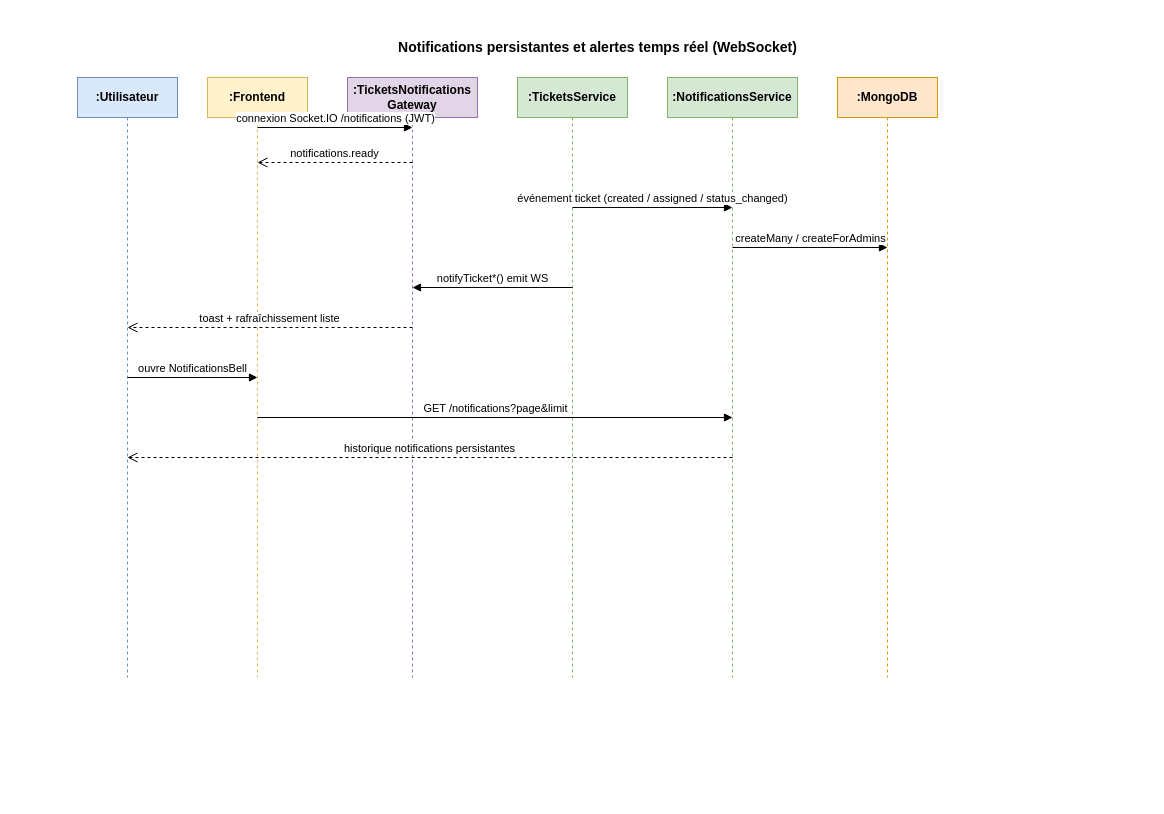
Earlier version of the draw.io diagram docs/diagrammes/seq-notifications.drawio (amelbenhazem/TicketManager). Source tidied: cells renumbered, new cells numbered last; positions are measured from the earlier drawing's top-left corner, leaving out a move shared by most shapes. Both pictures are drawn from the tidied source at 100%, with x=0, y=0 at pixel (47, 17).
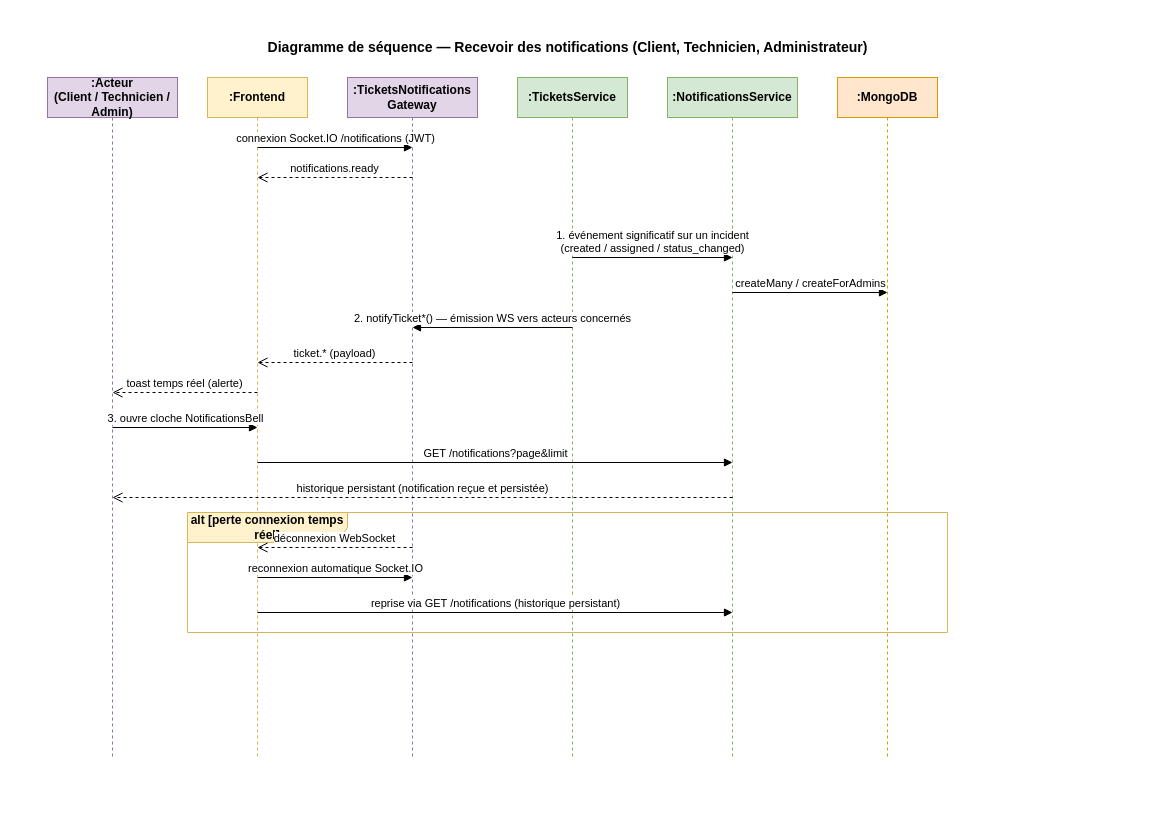
The same diagram, later.

The edit, as a diff of the source:
```diff
@@
     <mxCell id="2" style="rounded=0;whiteSpace=wrap;html=1;fillColor=#ffffff;strokeColor=none;" parent="1" vertex="1">
-      <mxGeometry width="1100" height="700" as="geometry" />
+      <mxGeometry x="-30" width="1100" height="780" as="geometry" />
     </mxCell>
-    <mxCell id="3" value="Notifications persistantes et alertes temps réel (WebSocket)" style="text;html=1;strokeColor=none;fillColor=#ffffff;align=center;fontSize=14;fontStyle=1;fontColor=#000000;" parent="1" vertex="1">
-      <mxGeometry x="250" y="15" width="600" height="30" as="geometry" />
+    <mxCell id="3" value="Diagramme de séquence — Recevoir des notifications (Client, Technicien, Administrateur)" style="text;html=1;strokeColor=none;fillColor=#ffffff;align=center;fontSize=14;fontStyle=1;fontColor=#000000;" parent="1" vertex="1">
+      <mxGeometry x="120" y="15" width="800" height="30" as="geometry" />
     </mxCell>
-    <mxCell id="4" value=":Utilisateur" style="shape=umlLifeline;whiteSpace=wrap;html=1;size=40;fillColor=#dae8fc;strokeColor=#6c8ebf;fontColor=#000000;fontStyle=1;" parent="1" vertex="1">
-      <mxGeometry x="30" y="60" width="100" height="600" as="geometry" />
+    <mxCell id="4" value=":Acteur&#10;(Client / Technicien / Admin)" style="shape=umlLifeline;whiteSpace=wrap;html=1;size=40;fillColor=#e1d5e7;strokeColor=#9673a6;fontColor=#000000;fontStyle=1;" parent="1" vertex="1">
+      <mxGeometry y="60" width="130" height="680" as="geometry" />
     </mxCell>
     <mxCell id="5" value=":Frontend" style="shape=umlLifeline;whiteSpace=wrap;html=1;size=40;fillColor=#fff2cc;strokeColor=#d6b656;fontColor=#000000;fontStyle=1;" parent="1" vertex="1">
-      <mxGeometry x="160" y="60" width="100" height="600" as="geometry" />
+      <mxGeometry x="160" y="60" width="100" height="680" as="geometry" />
     </mxCell>
     <mxCell id="6" value=":TicketsNotifications&#10;Gateway" style="shape=umlLifeline;whiteSpace=wrap;html=1;size=40;fillColor=#e1d5e7;strokeColor=#9673a6;fontColor=#000000;fontStyle=1;" parent="1" vertex="1">
-      <mxGeometry x="300" y="60" width="130" height="600" as="geometry" />
+      <mxGeometry x="300" y="60" width="130" height="680" as="geometry" />
     </mxCell>
     <mxCell id="7" value=":TicketsService" style="shape=umlLifeline;whiteSpace=wrap;html=1;size=40;fillColor=#d5e8d4;strokeColor=#82b366;fontColor=#000000;fontStyle=1;" parent="1" vertex="1">
-      <mxGeometry x="470" y="60" width="110" height="600" as="geometry" />
+      <mxGeometry x="470" y="60" width="110" height="680" as="geometry" />
     </mxCell>
     <mxCell id="8" value=":NotificationsService" style="shape=umlLifeline;whiteSpace=wrap;html=1;size=40;fillColor=#d5e8d4;strokeColor=#82b366;fontColor=#000000;fontStyle=1;" parent="1" vertex="1">
-      <mxGeometry x="620" y="60" width="130" height="600" as="geometry" />
+      <mxGeometry x="620" y="60" width="130" height="680" as="geometry" />
     </mxCell>
     <mxCell id="9" value=":MongoDB" style="shape=umlLifeline;whiteSpace=wrap;html=1;size=40;fillColor=#ffe6cc;strokeColor=#d79b00;fontColor=#000000;fontStyle=1;" parent="1" vertex="1">
-      <mxGeometry x="790" y="60" width="100" height="600" as="geometry" />
+      <mxGeometry x="790" y="60" width="100" height="680" as="geometry" />
     </mxCell>
     <mxCell id="10" value="connexion Socket.IO /notifications (JWT)" style="html=1;verticalAlign=bottom;endArrow=block;labelBackgroundColor=#ffffff;fontColor=#000000;strokeColor=#000000;" parent="1" edge="1">
       <mxGeometry relative="1" as="geometry">
-        <mxPoint x="210" y="110" as="sourcePoint" />
-        <mxPoint x="365" y="110" as="targetPoint" />
+        <mxPoint x="210" y="130" as="sourcePoint" />
+        <mxPoint x="365" y="130" as="targetPoint" />
       </mxGeometry>
     </mxCell>
     <mxCell id="11" value="notifications.ready" style="html=1;verticalAlign=bottom;endArrow=open;dashed=1;endSize=8;labelBackgroundColor=#ffffff;fontColor=#000000;strokeColor=#000000;" parent="1" edge="1">
       <mxGeometry relative="1" as="geometry">
-        <mxPoint x="365" y="145" as="sourcePoint" />
-        <mxPoint x="210" y="145" as="targetPoint" />
+        <mxPoint x="365" y="160" as="sourcePoint" />
+        <mxPoint x="210" y="160" as="targetPoint" />
       </mxGeometry>
     </mxCell>
-    <mxCell id="12" value="événement ticket (created / assigned / status_changed)" style="html=1;verticalAlign=bottom;endArrow=block;labelBackgroundColor=#ffffff;fontColor=#000000;strokeColor=#000000;" parent="1" edge="1">
+    <mxCell id="12" value="1. événement significatif sur un incident&#10;(created / assigned / status_changed)" style="html=1;verticalAlign=bottom;endArrow=block;labelBackgroundColor=#ffffff;fontColor=#000000;strokeColor=#000000;" parent="1" edge="1">
       <mxGeometry relative="1" as="geometry">
-        <mxPoint x="525" y="190" as="sourcePoint" />
-        <mxPoint x="685" y="190" as="targetPoint" />
+        <mxPoint x="525" y="240" as="sourcePoint" />
+        <mxPoint x="685" y="240" as="targetPoint" />
       </mxGeometry>
     </mxCell>
     <mxCell id="13" value="createMany / createForAdmins" style="html=1;verticalAlign=bottom;endArrow=block;labelBackgroundColor=#ffffff;fontColor=#000000;strokeColor=#000000;" parent="1" edge="1">
       <mxGeometry relative="1" as="geometry">
-        <mxPoint x="685" y="230" as="sourcePoint" />
-        <mxPoint x="840" y="230" as="targetPoint" />
+        <mxPoint x="685" y="275" as="sourcePoint" />
+        <mxPoint x="840" y="275" as="targetPoint" />
       </mxGeometry>
     </mxCell>
-    <mxCell id="14" value="notifyTicket*() emit WS" style="html=1;verticalAlign=bottom;endArrow=block;labelBackgroundColor=#ffffff;fontColor=#000000;strokeColor=#000000;" parent="1" edge="1">
+    <mxCell id="14" value="2. notifyTicket*() — émission WS vers acteurs concernés" style="html=1;verticalAlign=bottom;endArrow=block;labelBackgroundColor=#ffffff;fontColor=#000000;strokeColor=#000000;" parent="1" edge="1">
       <mxGeometry relative="1" as="geometry">
-        <mxPoint x="525" y="270" as="sourcePoint" />
-        <mxPoint x="365" y="270" as="targetPoint" />
+        <mxPoint x="525" y="310" as="sourcePoint" />
+        <mxPoint x="365" y="310" as="targetPoint" />
       </mxGeometry>
     </mxCell>
-    <mxCell id="15" value="toast + rafraîchissement liste" style="html=1;verticalAlign=bottom;endArrow=open;dashed=1;endSize=8;labelBackgroundColor=#ffffff;fontColor=#000000;strokeColor=#000000;" parent="1" edge="1">
+    <mxCell id="15" value="ticket.* (payload)" style="html=1;verticalAlign=bottom;endArrow=open;dashed=1;endSize=8;labelBackgroundColor=#ffffff;fontColor=#000000;strokeColor=#000000;" parent="1" edge="1">
       <mxGeometry relative="1" as="geometry">
-        <mxPoint x="365" y="310" as="sourcePoint" />
-        <mxPoint x="80" y="310" as="targetPoint" />
+        <mxPoint x="365" y="345" as="sourcePoint" />
+        <mxPoint x="210" y="345" as="targetPoint" />
       </mxGeometry>
     </mxCell>
-    <mxCell id="16" value="ouvre NotificationsBell" style="html=1;verticalAlign=bottom;endArrow=block;labelBackgroundColor=#ffffff;fontColor=#000000;strokeColor=#000000;" parent="1" edge="1">
+    <mxCell id="16" value="toast temps réel (alerte)" style="html=1;verticalAlign=bottom;endArrow=open;dashed=1;endSize=8;labelBackgroundColor=#ffffff;fontColor=#000000;strokeColor=#000000;" parent="1" edge="1">
       <mxGeometry relative="1" as="geometry">
-        <mxPoint x="80" y="360" as="sourcePoint" />
-        <mxPoint x="210" y="360" as="targetPoint" />
+        <mxPoint x="210" y="375" as="sourcePoint" />
+        <mxPoint x="65" y="375" as="targetPoint" />
       </mxGeometry>
     </mxCell>
-    <mxCell id="17" value="GET /notifications?page&amp;limit" style="html=1;verticalAlign=bottom;endArrow=block;labelBackgroundColor=#ffffff;fontColor=#000000;strokeColor=#000000;" parent="1" edge="1">
+    <mxCell id="17" value="3. ouvre cloche NotificationsBell" style="html=1;verticalAlign=bottom;endArrow=block;labelBackgroundColor=#ffffff;fontColor=#000000;strokeColor=#000000;" parent="1" edge="1">
       <mxGeometry relative="1" as="geometry">
-        <mxPoint x="210" y="400" as="sourcePoint" />
-        <mxPoint x="685" y="400" as="targetPoint" />
+        <mxPoint x="65" y="410" as="sourcePoint" />
+        <mxPoint x="210" y="410" as="targetPoint" />
       </mxGeometry>
     </mxCell>
-    <mxCell id="18" value="historique notifications persistantes" style="html=1;verticalAlign=bottom;endArrow=open;dashed=1;endSize=8;labelBackgroundColor=#ffffff;fontColor=#000000;strokeColor=#000000;" parent="1" edge="1">
+    <mxCell id="18" value="GET /notifications?page&amp;limit" style="html=1;verticalAlign=bottom;endArrow=block;labelBackgroundColor=#ffffff;fontColor=#000000;strokeColor=#000000;" parent="1" edge="1">
       <mxGeometry relative="1" as="geometry">
-        <mxPoint x="685" y="440" as="sourcePoint" />
-        <mxPoint x="80" y="440" as="targetPoint" />
+        <mxPoint x="210" y="445" as="sourcePoint" />
+        <mxPoint x="685" y="445" as="targetPoint" />
       </mxGeometry>
     </mxCell>
+    <mxCell id="19" value="historique persistant (notification reçue et persistée)" style="html=1;verticalAlign=bottom;endArrow=open;dashed=1;endSize=8;labelBackgroundColor=#ffffff;fontColor=#000000;strokeColor=#000000;" parent="1" edge="1">
+      <mxGeometry relative="1" as="geometry">
+        <mxPoint x="685" y="480" as="sourcePoint" />
+        <mxPoint x="65" y="480" as="targetPoint" />
+      </mxGeometry>
+    </mxCell>
+    <mxCell id="20" value="alt [perte connexion temps réel]" style="shape=umlFrame;whiteSpace=wrap;html=1;width=160;height=30;fillColor=#fff2cc;strokeColor=#d6b656;fontColor=#000000;fontStyle=1;" parent="1" vertex="1">
+      <mxGeometry x="140" y="495" width="760" height="120" as="geometry" />
+    </mxCell>
+    <mxCell id="21" value="déconnexion WebSocket" style="html=1;verticalAlign=bottom;endArrow=open;dashed=1;endSize=8;labelBackgroundColor=#ffffff;fontColor=#000000;strokeColor=#000000;" parent="1" edge="1">
+      <mxGeometry relative="1" as="geometry">
+        <mxPoint x="365" y="530" as="sourcePoint" />
+        <mxPoint x="210" y="530" as="targetPoint" />
+      </mxGeometry>
+    </mxCell>
+    <mxCell id="22" value="reconnexion automatique Socket.IO" style="html=1;verticalAlign=bottom;endArrow=block;labelBackgroundColor=#ffffff;fontColor=#000000;strokeColor=#000000;" parent="1" edge="1">
+      <mxGeometry relative="1" as="geometry">
+        <mxPoint x="210" y="560" as="sourcePoint" />
+        <mxPoint x="365" y="560" as="targetPoint" />
+      </mxGeometry>
+    </mxCell>
+    <mxCell id="23" value="reprise via GET /notifications (historique persistant)" style="html=1;verticalAlign=bottom;endArrow=block;labelBackgroundColor=#ffffff;fontColor=#000000;strokeColor=#000000;" parent="1" edge="1">
+      <mxGeometry relative="1" as="geometry">
+        <mxPoint x="210" y="595" as="sourcePoint" />
+        <mxPoint x="685" y="595" as="targetPoint" />
+      </mxGeometry>
+    </mxCell>
```
